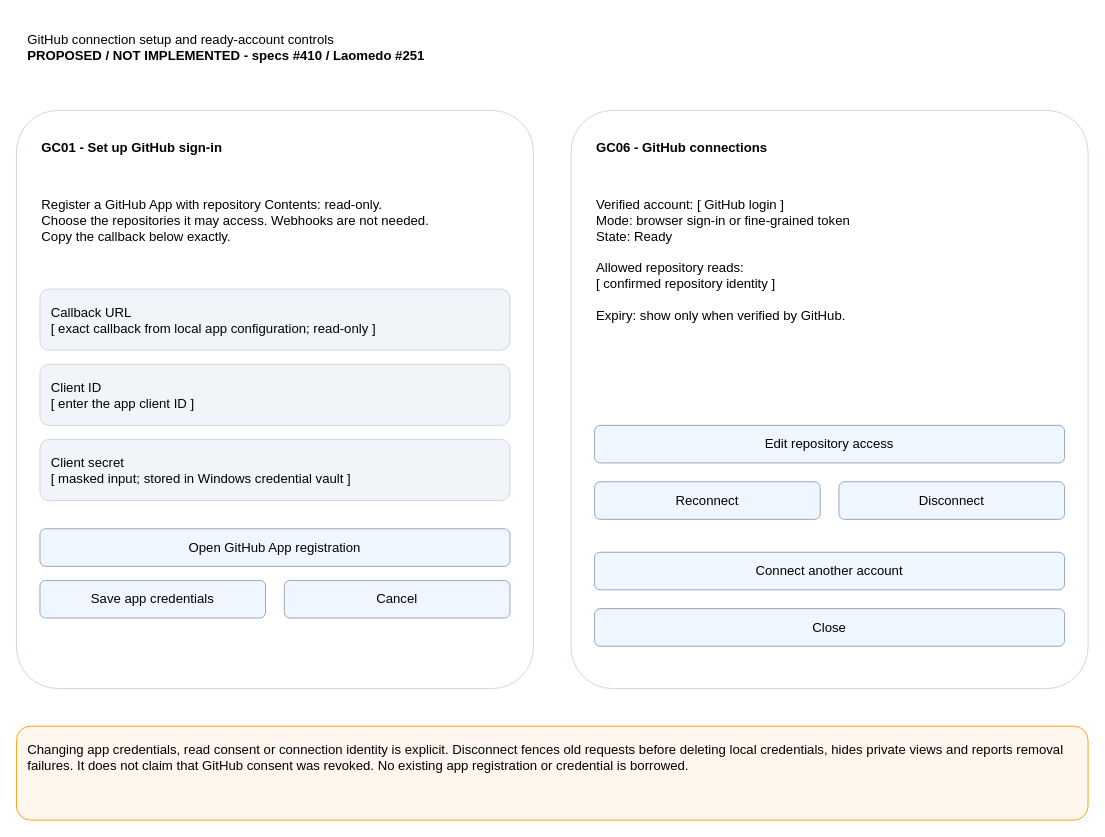
Above: page "GC01, GC06 - App setup and ready account" (4 of 7) of projects/laomedo/subsystems/agent-execution/design/github-account-connections.drawio in amadou-6e/specs (draw.io), before the change. Source tidied: cells renumbered, new cells numbered last; positions are measured from the earlier drawing's top-left corner, leaving out a move shared by most shapes. Both pictures are drawn from the tidied source at 94%, with x=0, y=0 at pixel (16, 16).
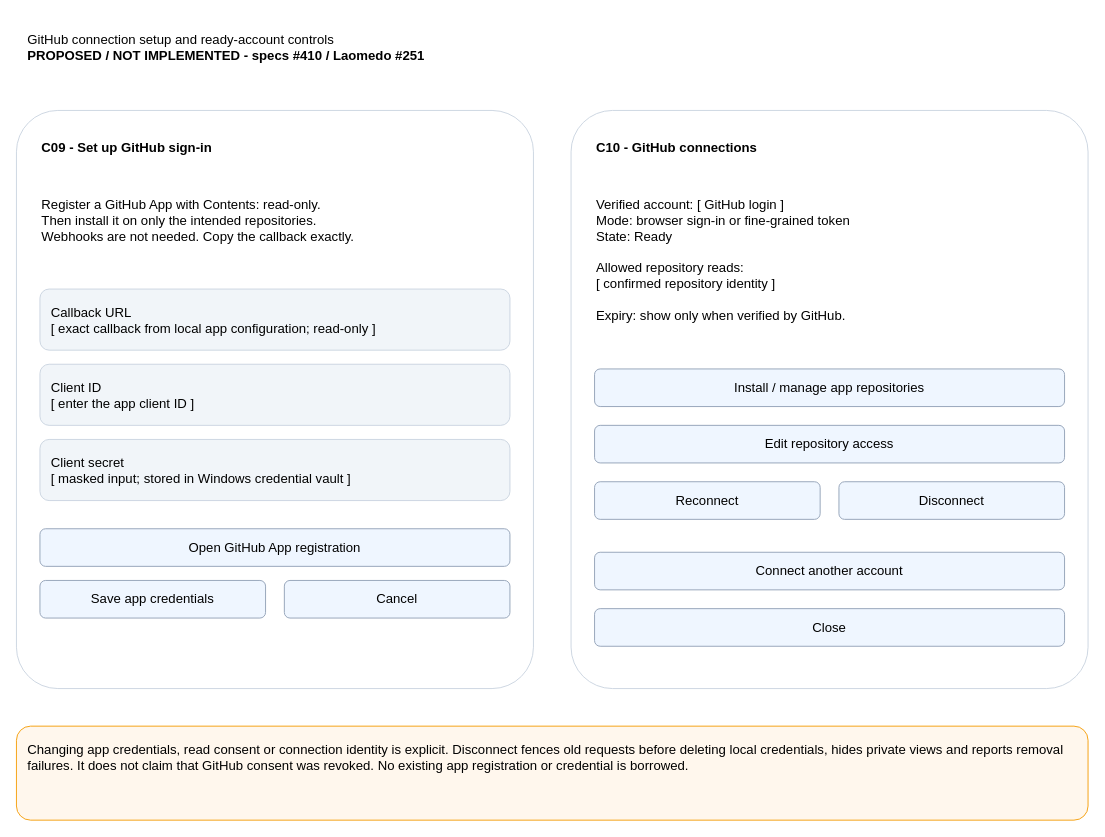
After the change.

Diff of the diagram source:
```diff
@@
-    <mxCell id="4" value="&lt;b&gt;GC01 - Set up GitHub sign-in&lt;/b&gt;" style="whiteSpace=wrap;html=1;fontFamily=Arial;fontSize=14;align=left;verticalAlign=top;spacing=12;text;strokeColor=none;fillColor=none;" parent="1" vertex="1">
+    <mxCell id="4" value="&lt;b&gt;C09 - Set up GitHub sign-in&lt;/b&gt;" style="whiteSpace=wrap;html=1;fontFamily=Arial;fontSize=14;align=left;verticalAlign=top;spacing=12;text;strokeColor=none;fillColor=none;" parent="1" vertex="1">
       <mxGeometry x="15" y="115" width="520" height="50" as="geometry" />
     </mxCell>
-    <mxCell id="5" value="Register a GitHub App with repository Contents: read-only.&lt;br/&gt;Choose the repositories it may access. Webhooks are not needed.&lt;br/&gt;Copy the callback below exactly." style="whiteSpace=wrap;html=1;fontFamily=Arial;fontSize=14;align=left;verticalAlign=top;spacing=12;text;strokeColor=none;fillColor=none;" parent="1" vertex="1">
+    <mxCell id="5" value="Register a GitHub App with Contents: read-only.&lt;br/&gt;Then install it on only the intended repositories.&lt;br/&gt;Webhooks are not needed. Copy the callback exactly." style="whiteSpace=wrap;html=1;fontFamily=Arial;fontSize=14;align=left;verticalAlign=top;spacing=12;text;strokeColor=none;fillColor=none;" parent="1" vertex="1">
       <mxGeometry x="15" y="175" width="520" height="100" as="geometry" />
     </mxCell>
@@
-    <mxCell id="13" value="&lt;b&gt;GC06 - GitHub connections&lt;/b&gt;" style="whiteSpace=wrap;html=1;fontFamily=Arial;fontSize=14;align=left;verticalAlign=top;spacing=12;text;strokeColor=none;fillColor=none;" parent="1" vertex="1">
+    <mxCell id="13" value="&lt;b&gt;C10 - GitHub connections&lt;/b&gt;" style="whiteSpace=wrap;html=1;fontFamily=Arial;fontSize=14;align=left;verticalAlign=top;spacing=12;text;strokeColor=none;fillColor=none;" parent="1" vertex="1">
       <mxGeometry x="605" y="115" width="520" height="50" as="geometry" />
     </mxCell>
     <mxCell id="14" value="Verified account: [ GitHub login ]&lt;br/&gt;Mode: browser sign-in or fine-grained token&lt;br/&gt;State: Ready&lt;br/&gt;&lt;br/&gt;Allowed repository reads:&lt;br/&gt;[ confirmed repository identity ]&lt;br/&gt;&lt;br/&gt;Expiry: show only when verified by GitHub." style="whiteSpace=wrap;html=1;fontFamily=Arial;fontSize=14;align=left;verticalAlign=top;spacing=12;text;strokeColor=none;fillColor=none;" parent="1" vertex="1">
-      <mxGeometry x="605" y="175" width="520" height="225" as="geometry" />
+      <mxGeometry x="605" y="175" width="520" height="180" as="geometry" />
     </mxCell>
@@
+    <mxCell id="21" value="Install / manage app repositories" style="whiteSpace=wrap;html=1;fontFamily=Arial;fontSize=14;align=left;verticalAlign=top;spacing=10;rounded=1;fillColor=#EFF6FF;strokeColor=#94A3B8;align=center;verticalAlign=middle;spacing=4;" parent="1" vertex="1">
+      <mxGeometry x="615" y="375" width="500" height="40" as="geometry" />
+    </mxCell>
```
